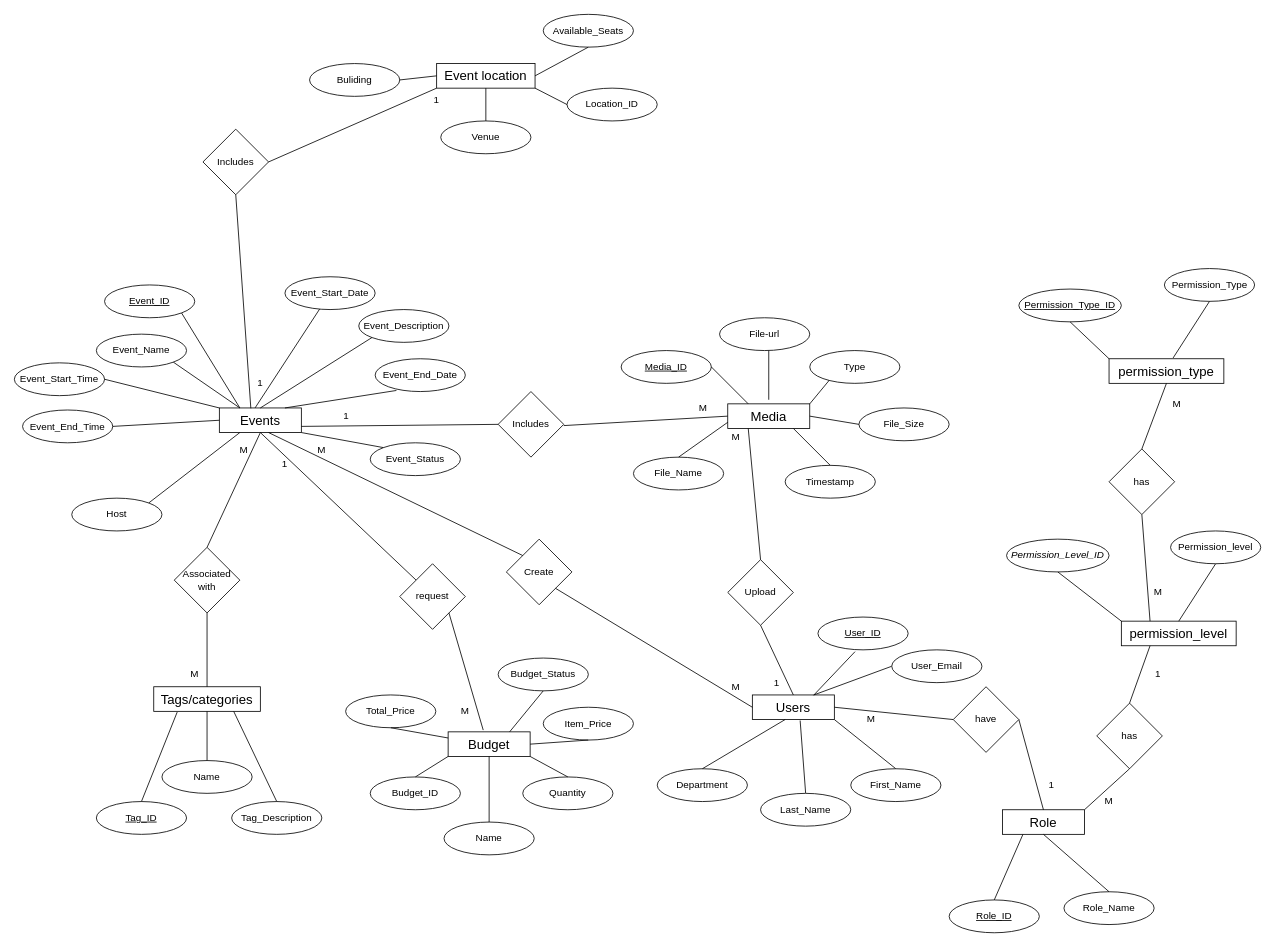
Before: Documentation/ERM Diagram/ERM.drawio in win-x-u-r/Event-Management-Platform, a draw.io diagram. Source tidied: cells renumbered, new cells numbered last; positions are measured from the earlier drawing's top-left corner, leaving out a move shared by most shapes. Both pictures are drawn from the tidied source at 82%, with x=0, y=0 at pixel (14, 14).
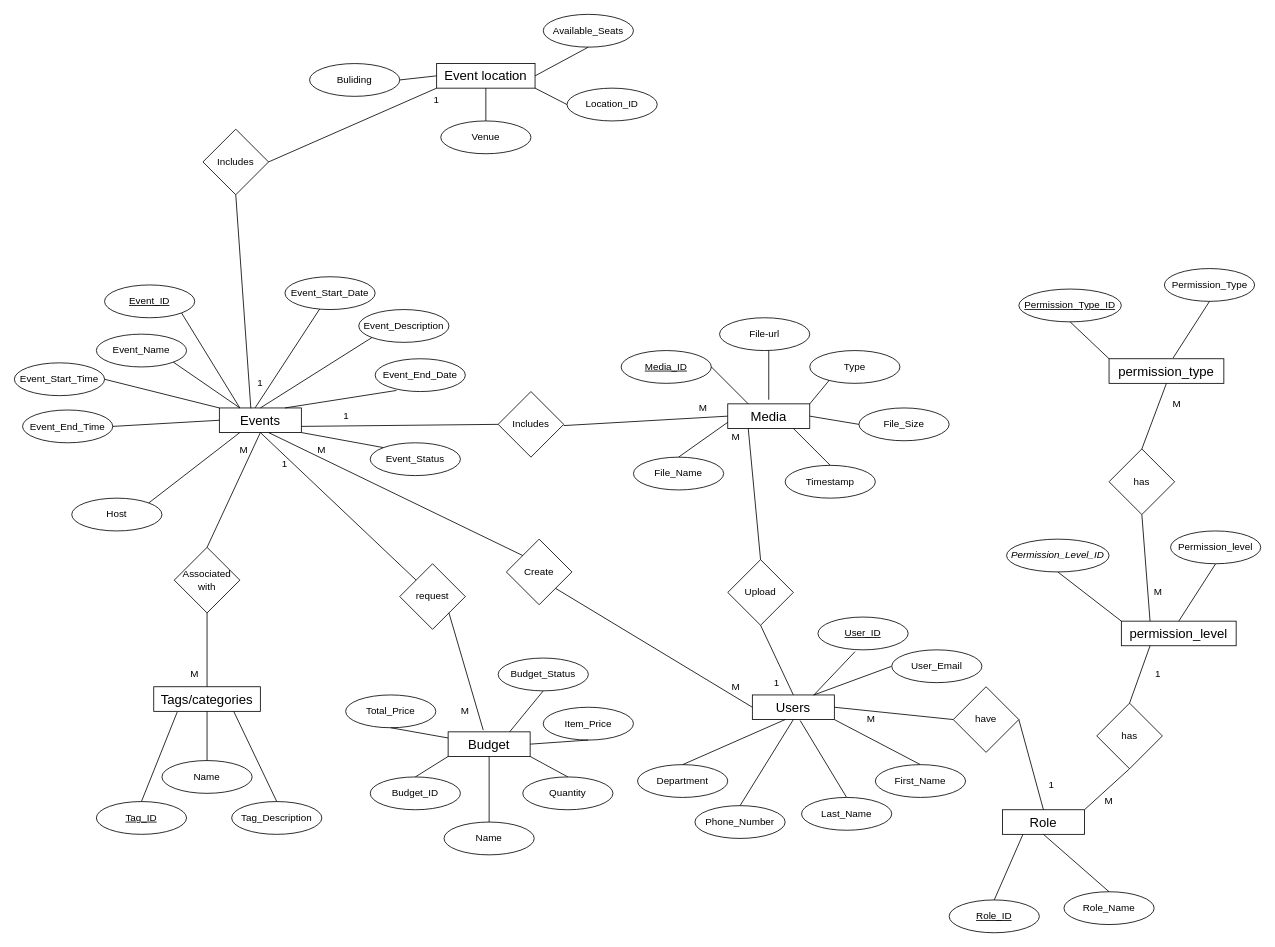
The same diagram, later.

Commit message (it also covers changes not shown here):
added Phone number to user table

Unchanged cells that the change refers to:
```xml
<mxCell id="29" value="&lt;span style=&quot;font-size: 16px;&quot;&gt;Users&lt;/span&gt;" style="rounded=0;whiteSpace=wrap;html=1;" parent="1" vertex="1">
  <mxGeometry x="900" y="830" width="100" height="30" as="geometry" />
</mxCell>
```

Diff of the diagram source:
```diff
@@
     <mxCell id="30" value="Department" style="ellipse;whiteSpace=wrap;html=1;" parent="1" vertex="1">
-      <mxGeometry x="784" y="920" width="110" height="40" as="geometry" />
+      <mxGeometry x="760" y="915" width="110" height="40" as="geometry" />
     </mxCell>
@@
     <mxCell id="125" value="First_Name" style="ellipse;whiteSpace=wrap;html=1;" parent="1" vertex="1">
-      <mxGeometry x="1020" y="920" width="110" height="40" as="geometry" />
+      <mxGeometry x="1050" y="915" width="110" height="40" as="geometry" />
     </mxCell>
@@
     <mxCell id="127" value="Last_Name" style="ellipse;whiteSpace=wrap;html=1;" parent="1" vertex="1">
-      <mxGeometry x="910" y="950" width="110" height="40" as="geometry" />
+      <mxGeometry x="960" y="955" width="110" height="40" as="geometry" />
     </mxCell>
@@
+    <mxCell id="136" style="endArrow=none;html=1;rounded=0;entryX=0.5;entryY=1;entryDx=0;entryDy=0;exitX=0.5;exitY=0;exitDx=0;exitDy=0;" parent="1" edge="1" source="137" target="29">
+      <mxGeometry relative="1" as="geometry" />
+    </mxCell>
+    <mxCell id="137" value="Phone_Number" style="ellipse;whiteSpace=wrap;html=1;" parent="1" vertex="1">
+      <mxGeometry x="830" y="965" width="110" height="40" as="geometry" />
+    </mxCell>
```
